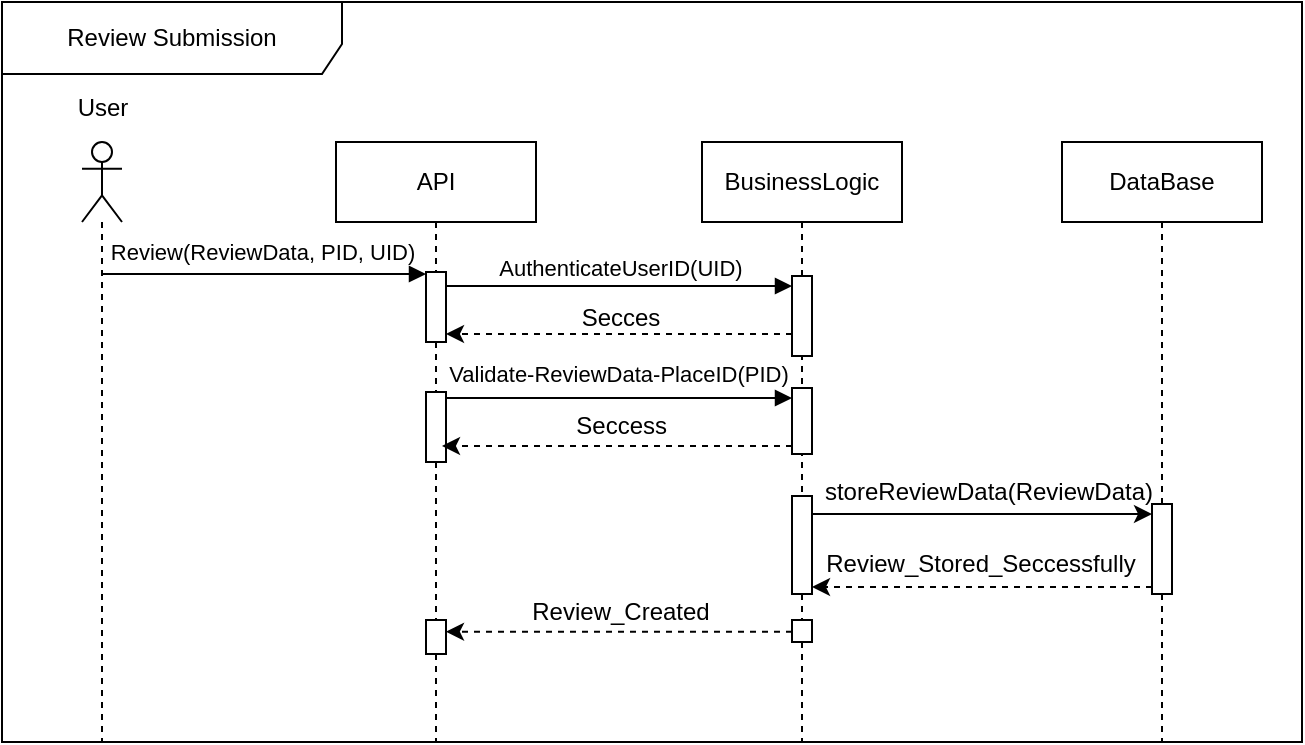
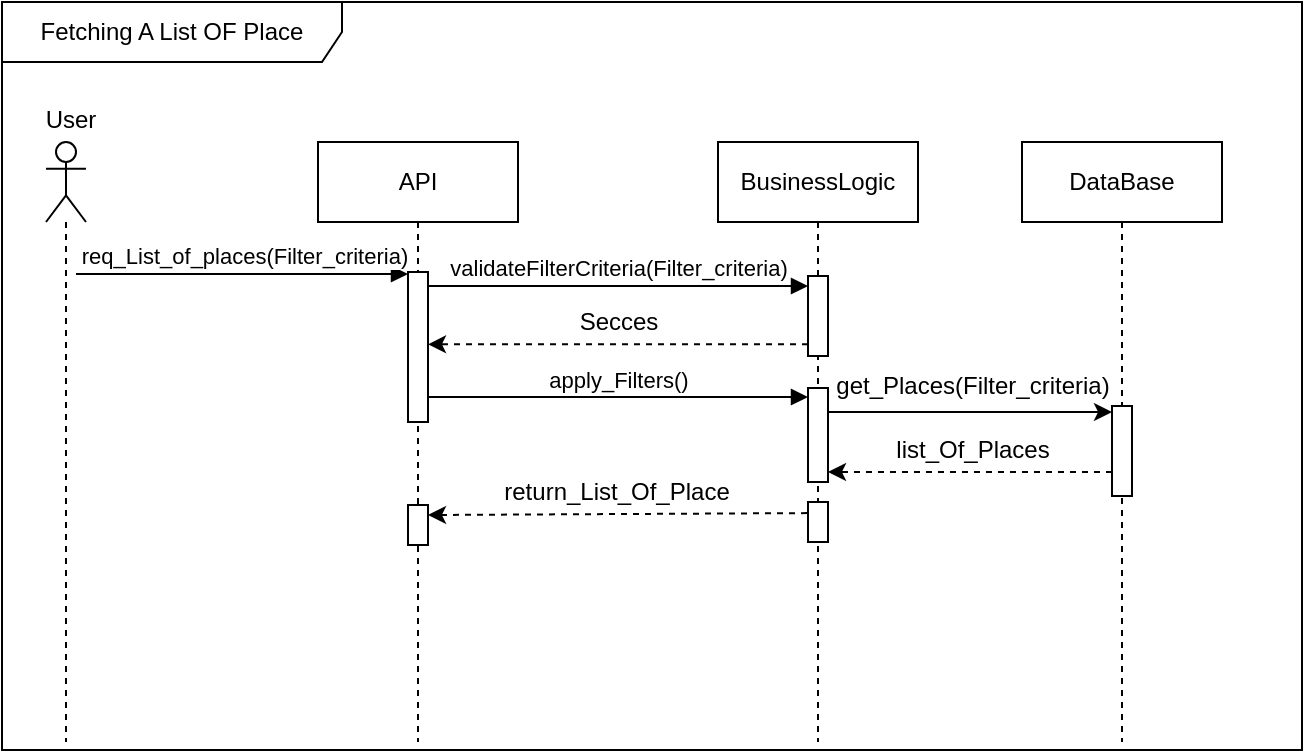
<mxfile host="65bd71144e">
    <diagram id="v4LnIP6nEvFRmVhbG8wk" name="Page-1">
-         <mxGraphModel dx="4056" dy="2491" grid="1" gridSize="10" guides="1" tooltips="1" connect="1" arrows="1" fold="1" page="1" pageScale="1" pageWidth="850" pageHeight="1100" background="#FFFFFF" math="0" shadow="0">
+         <mxGraphModel dx="1069" dy="1541" grid="1" gridSize="10" guides="1" tooltips="1" connect="1" arrows="1" fold="1" page="1" pageScale="1" pageWidth="850" pageHeight="1100" background="#FFFFFF" math="0" shadow="0">
            <root>
                <mxCell id="0"/>
                <mxCell id="1" parent="0"/>
-                 <mxCell id="236" value="API" style="shape=umlLifeline;perimeter=lifelinePerimeter;whiteSpace=wrap;html=1;container=1;dropTarget=0;collapsible=0;recursiveResize=0;outlineConnect=0;portConstraint=eastwest;newEdgeStyle={&quot;edgeStyle&quot;:&quot;elbowEdgeStyle&quot;,&quot;elbow&quot;:&quot;vertical&quot;,&quot;curved&quot;:0,&quot;rounded&quot;:0};" vertex="1" parent="1">
-                     <mxGeometry x="-603" y="-730" width="100" height="300" as="geometry"/>
+                 <mxCell id="288" value="API" style="shape=umlLifeline;perimeter=lifelinePerimeter;whiteSpace=wrap;html=1;container=1;dropTarget=0;collapsible=0;recursiveResize=0;outlineConnect=0;portConstraint=eastwest;newEdgeStyle={&quot;edgeStyle&quot;:&quot;elbowEdgeStyle&quot;,&quot;elbow&quot;:&quot;vertical&quot;,&quot;curved&quot;:0,&quot;rounded&quot;:0};" vertex="1" parent="1">
+                     <mxGeometry x="368" y="-434" width="100" height="300" as="geometry"/>
                </mxCell>
-                 <mxCell id="237" value="" style="html=1;points=[[0,0,0,0,5],[0,1,0,0,-5],[1,0,0,0,5],[1,1,0,0,-5]];perimeter=orthogonalPerimeter;outlineConnect=0;targetShapes=umlLifeline;portConstraint=eastwest;newEdgeStyle={&quot;curved&quot;:0,&quot;rounded&quot;:0};" vertex="1" parent="236">
-                     <mxGeometry x="45" y="65" width="10" height="35" as="geometry"/>
+                 <mxCell id="289" value="" style="html=1;points=[[0,0,0,0,5],[0,1,0,0,-5],[1,0,0,0,5],[1,1,0,0,-5]];perimeter=orthogonalPerimeter;outlineConnect=0;targetShapes=umlLifeline;portConstraint=eastwest;newEdgeStyle={&quot;curved&quot;:0,&quot;rounded&quot;:0};" vertex="1" parent="288">
+                     <mxGeometry x="45" y="65" width="10" height="75" as="geometry"/>
                </mxCell>
-                 <mxCell id="238" value="" style="html=1;points=[[0,0,0,0,5],[0,1,0,0,-5],[1,0,0,0,5],[1,1,0,0,-5]];perimeter=orthogonalPerimeter;outlineConnect=0;targetShapes=umlLifeline;portConstraint=eastwest;newEdgeStyle={&quot;curved&quot;:0,&quot;rounded&quot;:0};" vertex="1" parent="236">
-                     <mxGeometry x="45" y="125" width="10" height="35" as="geometry"/>
+                 <mxCell id="290" value="" style="html=1;points=[[0,0,0,0,5],[0,1,0,0,-5],[1,0,0,0,5],[1,1,0,0,-5]];perimeter=orthogonalPerimeter;outlineConnect=0;targetShapes=umlLifeline;portConstraint=eastwest;newEdgeStyle={&quot;curved&quot;:0,&quot;rounded&quot;:0};" vertex="1" parent="288">
+                     <mxGeometry x="45" y="181.5" width="10" height="20" as="geometry"/>
                </mxCell>
-                 <mxCell id="239" value="BusinessLogic" style="shape=umlLifeline;perimeter=lifelinePerimeter;whiteSpace=wrap;html=1;container=1;dropTarget=0;collapsible=0;recursiveResize=0;outlineConnect=0;portConstraint=eastwest;newEdgeStyle={&quot;edgeStyle&quot;:&quot;elbowEdgeStyle&quot;,&quot;elbow&quot;:&quot;vertical&quot;,&quot;curved&quot;:0,&quot;rounded&quot;:0};" vertex="1" parent="1">
-                     <mxGeometry x="-420" y="-730" width="100" height="300" as="geometry"/>
+                 <mxCell id="291" value="BusinessLogic" style="shape=umlLifeline;perimeter=lifelinePerimeter;whiteSpace=wrap;html=1;container=1;dropTarget=0;collapsible=0;recursiveResize=0;outlineConnect=0;portConstraint=eastwest;newEdgeStyle={&quot;edgeStyle&quot;:&quot;elbowEdgeStyle&quot;,&quot;elbow&quot;:&quot;vertical&quot;,&quot;curved&quot;:0,&quot;rounded&quot;:0};" vertex="1" parent="1">
+                     <mxGeometry x="568" y="-434" width="100" height="300" as="geometry"/>
                </mxCell>
-                 <mxCell id="240" value="" style="html=1;points=[[0,0,0,0,5],[0,1,0,0,-5],[1,0,0,0,5],[1,1,0,0,-5]];perimeter=orthogonalPerimeter;outlineConnect=0;targetShapes=umlLifeline;portConstraint=eastwest;newEdgeStyle={&quot;curved&quot;:0,&quot;rounded&quot;:0};" vertex="1" parent="239">
+                 <mxCell id="292" value="" style="html=1;points=[[0,0,0,0,5],[0,1,0,0,-5],[1,0,0,0,5],[1,1,0,0,-5]];perimeter=orthogonalPerimeter;outlineConnect=0;targetShapes=umlLifeline;portConstraint=eastwest;newEdgeStyle={&quot;curved&quot;:0,&quot;rounded&quot;:0};" vertex="1" parent="291">
                    <mxGeometry x="45" y="67" width="10" height="40" as="geometry"/>
                </mxCell>
-                 <mxCell id="241" value="" style="html=1;points=[[0,0,0,0,5],[0,1,0,0,-5],[1,0,0,0,5],[1,1,0,0,-5]];perimeter=orthogonalPerimeter;outlineConnect=0;targetShapes=umlLifeline;portConstraint=eastwest;newEdgeStyle={&quot;curved&quot;:0,&quot;rounded&quot;:0};" vertex="1" parent="239">
-                     <mxGeometry x="45" y="239" width="10" height="11" as="geometry"/>
+                 <mxCell id="293" value="" style="shape=umlLifeline;perimeter=lifelinePerimeter;whiteSpace=wrap;html=1;container=1;dropTarget=0;collapsible=0;recursiveResize=0;outlineConnect=0;portConstraint=eastwest;newEdgeStyle={&quot;curved&quot;:0,&quot;rounded&quot;:0};participant=umlActor;" vertex="1" parent="1">
+                     <mxGeometry x="232" y="-434" width="20" height="300" as="geometry"/>
                </mxCell>
-                 <mxCell id="242" value="" style="shape=umlLifeline;perimeter=lifelinePerimeter;whiteSpace=wrap;html=1;container=1;dropTarget=0;collapsible=0;recursiveResize=0;outlineConnect=0;portConstraint=eastwest;newEdgeStyle={&quot;curved&quot;:0,&quot;rounded&quot;:0};participant=umlActor;" vertex="1" parent="1">
-                     <mxGeometry x="-730" y="-730" width="20" height="300" as="geometry"/>
+                 <mxCell id="294" value="Fetching A List OF Place" style="shape=umlFrame;whiteSpace=wrap;html=1;pointerEvents=0;width=170;height=30;" vertex="1" parent="1">
+                     <mxGeometry x="210" y="-504" width="650" height="374" as="geometry"/>
                </mxCell>
-                 <mxCell id="243" value="Review Submission" style="shape=umlFrame;whiteSpace=wrap;html=1;pointerEvents=0;width=170;height=36;" vertex="1" parent="1">
-                     <mxGeometry x="-770" y="-800" width="650" height="370" as="geometry"/>
+                 <mxCell id="295" value="DataBase" style="shape=umlLifeline;perimeter=lifelinePerimeter;whiteSpace=wrap;html=1;container=1;dropTarget=0;collapsible=0;recursiveResize=0;outlineConnect=0;portConstraint=eastwest;newEdgeStyle={&quot;edgeStyle&quot;:&quot;elbowEdgeStyle&quot;,&quot;elbow&quot;:&quot;vertical&quot;,&quot;curved&quot;:0,&quot;rounded&quot;:0};" vertex="1" parent="1">
+                     <mxGeometry x="720" y="-434" width="100" height="300" as="geometry"/>
                </mxCell>
-                 <mxCell id="244" value="DataBase" style="shape=umlLifeline;perimeter=lifelinePerimeter;whiteSpace=wrap;html=1;container=1;dropTarget=0;collapsible=0;recursiveResize=0;outlineConnect=0;portConstraint=eastwest;newEdgeStyle={&quot;edgeStyle&quot;:&quot;elbowEdgeStyle&quot;,&quot;elbow&quot;:&quot;vertical&quot;,&quot;curved&quot;:0,&quot;rounded&quot;:0};" vertex="1" parent="1">
-                     <mxGeometry x="-240" y="-730" width="100" height="300" as="geometry"/>
+                 <mxCell id="296" value="" style="html=1;points=[[0,0,0,0,5],[0,1,0,0,-5],[1,0,0,0,5],[1,1,0,0,-5]];perimeter=orthogonalPerimeter;outlineConnect=0;targetShapes=umlLifeline;portConstraint=eastwest;newEdgeStyle={&quot;curved&quot;:0,&quot;rounded&quot;:0};" vertex="1" parent="295">
+                     <mxGeometry x="45" y="132" width="10" height="45" as="geometry"/>
                </mxCell>
-                 <mxCell id="245" value="" style="html=1;points=[[0,0,0,0,5],[0,1,0,0,-5],[1,0,0,0,5],[1,1,0,0,-5]];perimeter=orthogonalPerimeter;outlineConnect=0;targetShapes=umlLifeline;portConstraint=eastwest;newEdgeStyle={&quot;curved&quot;:0,&quot;rounded&quot;:0};" vertex="1" parent="244">
-                     <mxGeometry x="45" y="181" width="10" height="45" as="geometry"/>
-                 </mxCell>
-                 <mxCell id="246" style="edgeStyle=none;html=1;curved=0;rounded=0;entryX=0;entryY=0;entryDx=0;entryDy=5;entryPerimeter=0;" edge="1" parent="1" source="256" target="245">
+                 <mxCell id="297" style="edgeStyle=none;html=1;curved=0;rounded=0;" edge="1" parent="1" target="296">
                    <mxGeometry relative="1" as="geometry">
-                         <mxPoint x="-415" y="-546" as="sourcePoint"/>
-                         <mxPoint x="-215" y="-546" as="targetPoint"/>
+                         <mxPoint x="623" y="-299" as="sourcePoint"/>
+                         <mxPoint x="823" y="-299" as="targetPoint"/>
                    </mxGeometry>
                </mxCell>
-                 <mxCell id="247" value="" style="html=1;verticalAlign=bottom;endArrow=block;curved=0;rounded=0;" edge="1" parent="1" target="237">
-                     <mxGeometry x="0.1111" width="80" relative="1" as="geometry">
-                         <mxPoint x="-720" y="-664" as="sourcePoint"/>
-                         <mxPoint x="-615" y="-664" as="targetPoint"/>
+                 <mxCell id="298" value="req_List_of_places(Filter_criteria)" style="html=1;verticalAlign=bottom;endArrow=block;curved=0;rounded=0;" edge="1" parent="1" target="289">
+                     <mxGeometry x="0.0044" width="80" relative="1" as="geometry">
+                         <mxPoint x="247" y="-368" as="sourcePoint"/>
+                         <mxPoint x="411" y="-368" as="targetPoint"/>
                        <mxPoint as="offset"/>
                    </mxGeometry>
                </mxCell>
-                 <mxCell id="248" value="AuthenticateUserID(UID)" style="html=1;verticalAlign=bottom;endArrow=block;curved=0;rounded=0;entryX=0;entryY=0;entryDx=0;entryDy=5;entryPerimeter=0;" edge="1" parent="1" source="237" target="240">
+                 <mxCell id="299" value="validateFilterCriteria(&lt;span style=&quot;color: rgb(0, 0, 0);&quot;&gt;Filter_criteria&lt;/span&gt;)" style="html=1;verticalAlign=bottom;endArrow=block;curved=0;rounded=0;entryX=0;entryY=0;entryDx=0;entryDy=5;entryPerimeter=0;" edge="1" parent="1" source="289" target="292">
                    <mxGeometry x="-0.001" width="80" relative="1" as="geometry">
-                         <mxPoint x="-550" y="-658" as="sourcePoint"/>
-                         <mxPoint x="-439" y="-658.5" as="targetPoint"/>
+                         <mxPoint x="430" y="-362" as="sourcePoint"/>
+                         <mxPoint x="541" y="-362.5" as="targetPoint"/>
                        <mxPoint as="offset"/>
                    </mxGeometry>
                </mxCell>
-                 <mxCell id="249" value="" style="html=1;verticalAlign=bottom;endArrow=block;curved=0;rounded=0;entryX=0;entryY=0;entryDx=0;entryDy=5;entryPerimeter=0;" edge="1" parent="1" source="238" target="261">
+                 <mxCell id="300" value="apply_Filters()" style="html=1;verticalAlign=bottom;endArrow=block;curved=0;rounded=0;" edge="1" parent="1">
                    <mxGeometry width="80" relative="1" as="geometry">
-                         <mxPoint x="-550" y="-602" as="sourcePoint"/>
-                         <mxPoint x="-395" y="-603.25" as="targetPoint"/>
+                         <mxPoint x="423" y="-306.5" as="sourcePoint"/>
+                         <mxPoint x="613" y="-306.5" as="targetPoint"/>
                    </mxGeometry>
                </mxCell>
-                 <mxCell id="250" value="" style="edgeStyle=none;html=1;curved=0;rounded=0;dashed=1;exitX=0;exitY=1;exitDx=0;exitDy=-5;exitPerimeter=0;" edge="1" parent="1">
+                 <mxCell id="301" style="edgeStyle=none;html=1;curved=0;rounded=0;dashed=1;entryX=1;entryY=1;entryDx=0;entryDy=-5;entryPerimeter=0;" edge="1" parent="1" target="308">
                    <mxGeometry relative="1" as="geometry">
-                         <mxPoint x="-374.9999999999998" y="-578.0000000000001" as="sourcePoint"/>
-                         <mxPoint x="-550" y="-578" as="targetPoint"/>
+                         <mxPoint x="765" y="-269" as="sourcePoint"/>
+                         <mxPoint x="565" y="-269" as="targetPoint"/>
                    </mxGeometry>
                </mxCell>
-                 <mxCell id="251" value="Seccess&amp;nbsp;" style="text;html=1;align=center;verticalAlign=middle;resizable=0;points=[];autosize=1;strokeColor=none;fillColor=none;" vertex="1" parent="1">
-                     <mxGeometry x="-494" y="-603" width="70" height="30" as="geometry"/>
-                 </mxCell>
-                 <mxCell id="252" style="edgeStyle=none;html=1;curved=0;rounded=0;dashed=1;" edge="1" parent="1" target="256">
+                 <mxCell id="302" style="edgeStyle=none;html=1;curved=0;rounded=0;dashed=1;entryX=1;entryY=0;entryDx=0;entryDy=5;entryPerimeter=0;" edge="1" parent="1" target="290">
                    <mxGeometry relative="1" as="geometry">
-                         <mxPoint x="-195" y="-507.5" as="sourcePoint"/>
-                         <mxPoint x="-395" y="-507.5" as="targetPoint"/>
+                         <mxPoint x="612.5" y="-248.45" as="sourcePoint"/>
+                         <mxPoint x="457.5" y="-248.45" as="targetPoint"/>
                    </mxGeometry>
                </mxCell>
-                 <mxCell id="253" value="storeReviewData(ReviewData)" style="text;html=1;align=center;verticalAlign=middle;resizable=0;points=[];autosize=1;strokeColor=none;fillColor=none;" vertex="1" parent="1">
-                     <mxGeometry x="-372" y="-570" width="190" height="30" as="geometry"/>
+                 <mxCell id="303" value="" style="html=1;points=[[0,0,0,0,5],[0,1,0,0,-5],[1,0,0,0,5],[1,1,0,0,-5]];perimeter=orthogonalPerimeter;outlineConnect=0;targetShapes=umlLifeline;portConstraint=eastwest;newEdgeStyle={&quot;curved&quot;:0,&quot;rounded&quot;:0};" vertex="1" parent="1">
+                     <mxGeometry x="613" y="-254" width="10" height="20" as="geometry"/>
                </mxCell>
-                 <mxCell id="254" value="Review_Stored_Seccessfully" style="text;html=1;align=center;verticalAlign=middle;resizable=0;points=[];autosize=1;strokeColor=none;fillColor=none;" vertex="1" parent="1">
-                     <mxGeometry x="-371" y="-534" width="180" height="30" as="geometry"/>
+                 <mxCell id="304" value="return_List_Of_Place" style="text;html=1;align=center;verticalAlign=middle;resizable=0;points=[];autosize=1;strokeColor=none;fillColor=none;" vertex="1" parent="1">
+                     <mxGeometry x="447" y="-274" width="140" height="30" as="geometry"/>
                </mxCell>
-                 <mxCell id="255" style="edgeStyle=none;html=1;curved=0;rounded=0;dashed=1;" edge="1" parent="1" target="262">
+                 <mxCell id="305" value="User" style="text;html=1;align=center;verticalAlign=middle;resizable=0;points=[];autosize=1;strokeColor=none;fillColor=none;" vertex="1" parent="1">
+                     <mxGeometry x="219" y="-460.5" width="50" height="30" as="geometry"/>
+                 </mxCell>
+                 <mxCell id="306" value="" style="edgeStyle=none;html=1;curved=0;rounded=0;dashed=1;" edge="1" parent="1" target="289">
                    <mxGeometry relative="1" as="geometry">
-                         <mxPoint x="-375" y="-485.1700000000001" as="sourcePoint"/>
-                         <mxPoint x="-530" y="-485.1700000000001" as="targetPoint"/>
+                         <mxPoint x="613" y="-332.86" as="sourcePoint"/>
+                         <mxPoint x="463" y="-332.86" as="targetPoint"/>
                    </mxGeometry>
                </mxCell>
-                 <mxCell id="256" value="" style="html=1;points=[[0,0,0,0,5],[0,1,0,0,-5],[1,0,0,0,5],[1,1,0,0,-5]];perimeter=orthogonalPerimeter;outlineConnect=0;targetShapes=umlLifeline;portConstraint=eastwest;newEdgeStyle={&quot;curved&quot;:0,&quot;rounded&quot;:0};" vertex="1" parent="1">
-                     <mxGeometry x="-375" y="-553" width="10" height="49" as="geometry"/>
+                 <mxCell id="307" value="Secces" style="text;html=1;align=center;verticalAlign=middle;resizable=0;points=[];autosize=1;strokeColor=none;fillColor=none;" vertex="1" parent="1">
+                     <mxGeometry x="488" y="-359" width="60" height="30" as="geometry"/>
                </mxCell>
-                 <mxCell id="257" value="Review_Created" style="text;html=1;align=center;verticalAlign=middle;resizable=0;points=[];autosize=1;strokeColor=none;fillColor=none;" vertex="1" parent="1">
-                     <mxGeometry x="-516" y="-510" width="110" height="30" as="geometry"/>
+                 <mxCell id="308" value="" style="html=1;points=[[0,0,0,0,5],[0,1,0,0,-5],[1,0,0,0,5],[1,1,0,0,-5]];perimeter=orthogonalPerimeter;outlineConnect=0;targetShapes=umlLifeline;portConstraint=eastwest;newEdgeStyle={&quot;curved&quot;:0,&quot;rounded&quot;:0};" vertex="1" parent="1">
+                     <mxGeometry x="613" y="-311" width="10" height="47" as="geometry"/>
                </mxCell>
-                 <mxCell id="258" value="User" style="text;html=1;align=center;verticalAlign=middle;resizable=0;points=[];autosize=1;strokeColor=none;fillColor=none;" vertex="1" parent="1">
-                     <mxGeometry x="-745" y="-762.5" width="50" height="30" as="geometry"/>
+                 <mxCell id="309" value="get_Places(Filter_criteria)" style="text;html=1;align=center;verticalAlign=middle;resizable=0;points=[];autosize=1;strokeColor=none;fillColor=none;" vertex="1" parent="1">
+                     <mxGeometry x="615" y="-327.5" width="160" height="30" as="geometry"/>
                </mxCell>
-                 <mxCell id="259" value="" style="edgeStyle=none;html=1;curved=0;rounded=0;dashed=1;" edge="1" parent="1" target="237">
-                     <mxGeometry relative="1" as="geometry">
-                         <mxPoint x="-375" y="-634" as="sourcePoint"/>
-                         <mxPoint x="-525" y="-634" as="targetPoint"/>
-                     </mxGeometry>
-                 </mxCell>
-                 <mxCell id="260" value="Secces" style="text;html=1;align=center;verticalAlign=middle;resizable=0;points=[];autosize=1;strokeColor=none;fillColor=none;" vertex="1" parent="1">
-                     <mxGeometry x="-491" y="-657" width="60" height="30" as="geometry"/>
-                 </mxCell>
-                 <mxCell id="261" value="" style="html=1;points=[[0,0,0,0,5],[0,1,0,0,-5],[1,0,0,0,5],[1,1,0,0,-5]];perimeter=orthogonalPerimeter;outlineConnect=0;targetShapes=umlLifeline;portConstraint=eastwest;newEdgeStyle={&quot;curved&quot;:0,&quot;rounded&quot;:0};" vertex="1" parent="1">
-                     <mxGeometry x="-375" y="-607" width="10" height="33" as="geometry"/>
-                 </mxCell>
-                 <mxCell id="262" value="" style="html=1;points=[[0,0,0,0,5],[0,1,0,0,-5],[1,0,0,0,5],[1,1,0,0,-5]];perimeter=orthogonalPerimeter;outlineConnect=0;targetShapes=umlLifeline;portConstraint=eastwest;newEdgeStyle={&quot;curved&quot;:0,&quot;rounded&quot;:0};" vertex="1" parent="1">
-                     <mxGeometry x="-558" y="-491" width="10" height="17" as="geometry"/>
-                 </mxCell>
-                 <mxCell id="263" value="&lt;br style=&quot;color: rgb(63, 63, 63); scrollbar-color: rgb(226, 226, 226) rgb(251, 251, 251); font-size: 11px;&quot;&gt;&lt;span style=&quot;scrollbar-color: rgb(226, 226, 226) rgb(251, 251, 251); font-size: 11px; background-color: rgb(255, 255, 255); float: none; display: inline !important; color: rgb(0, 0, 0);&quot;&gt;Review(ReviewData, PID, UID)&lt;/span&gt;" style="text;html=1;align=center;verticalAlign=middle;resizable=0;points=[];autosize=1;strokeColor=none;fillColor=none;" vertex="1" parent="1">
-                     <mxGeometry x="-730" y="-703" width="180" height="40" as="geometry"/>
-                 </mxCell>
-                 <mxCell id="264" value="&lt;span style=&quot;color: rgb(0, 0, 0); font-size: 11px; background-color: rgb(255, 255, 255);&quot;&gt;Validate-ReviewData-PlaceID(PID)&lt;/span&gt;" style="text;html=1;align=center;verticalAlign=middle;resizable=0;points=[];autosize=1;strokeColor=none;fillColor=none;" vertex="1" parent="1">
-                     <mxGeometry x="-557" y="-629" width="190" height="30" as="geometry"/>
+                 <mxCell id="310" value="list_Of_Places" style="text;html=1;align=center;verticalAlign=middle;resizable=0;points=[];autosize=1;strokeColor=none;fillColor=none;" vertex="1" parent="1">
+                     <mxGeometry x="645" y="-295" width="100" height="30" as="geometry"/>
                </mxCell>
            </root>
        </mxGraphModel>
    </diagram>
</mxfile>
